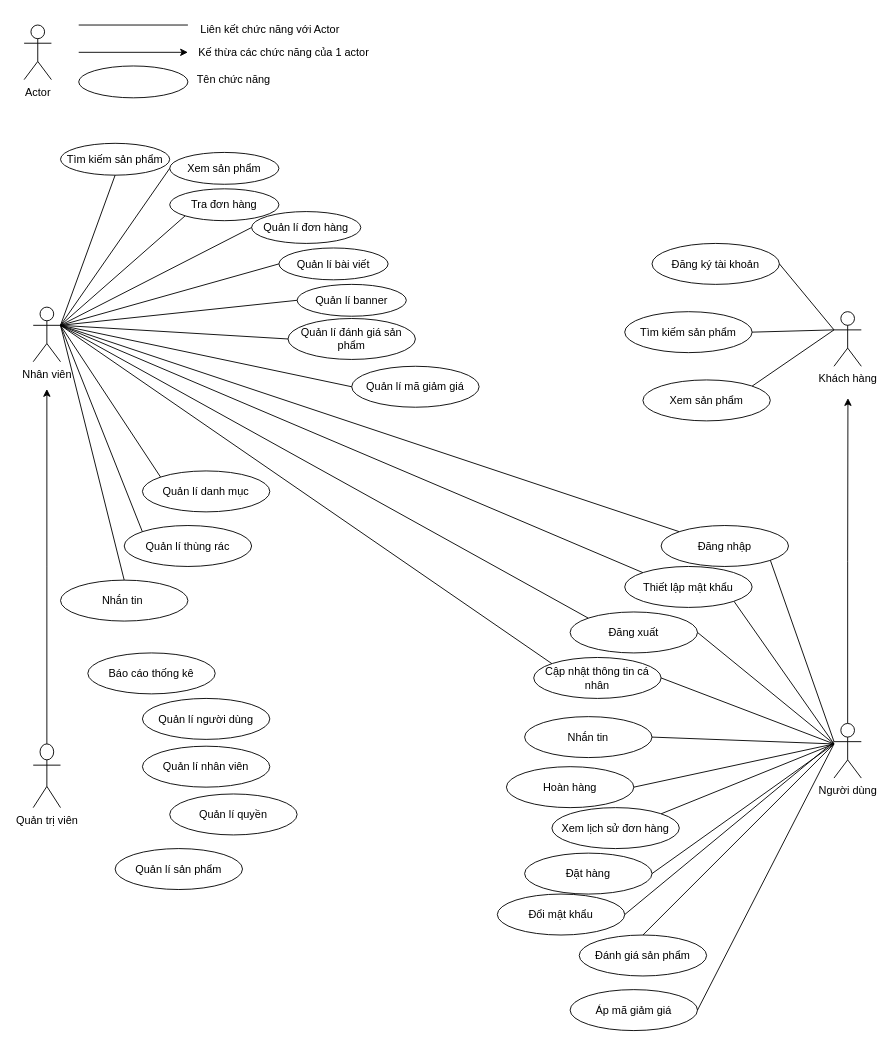
Earlier version of the draw.io diagram page "usecase tổng" (1 of 5) of Biểu đồ không có tiêu đề.drawio (wuyanh24/ahihi). Source tidied: cells renumbered, new cells numbered last; positions are measured from the earlier drawing's top-left corner, leaving out a move shared by most shapes. Both pictures are drawn from the tidied source at 91%, with x=0, y=0 at pixel (24, 15).
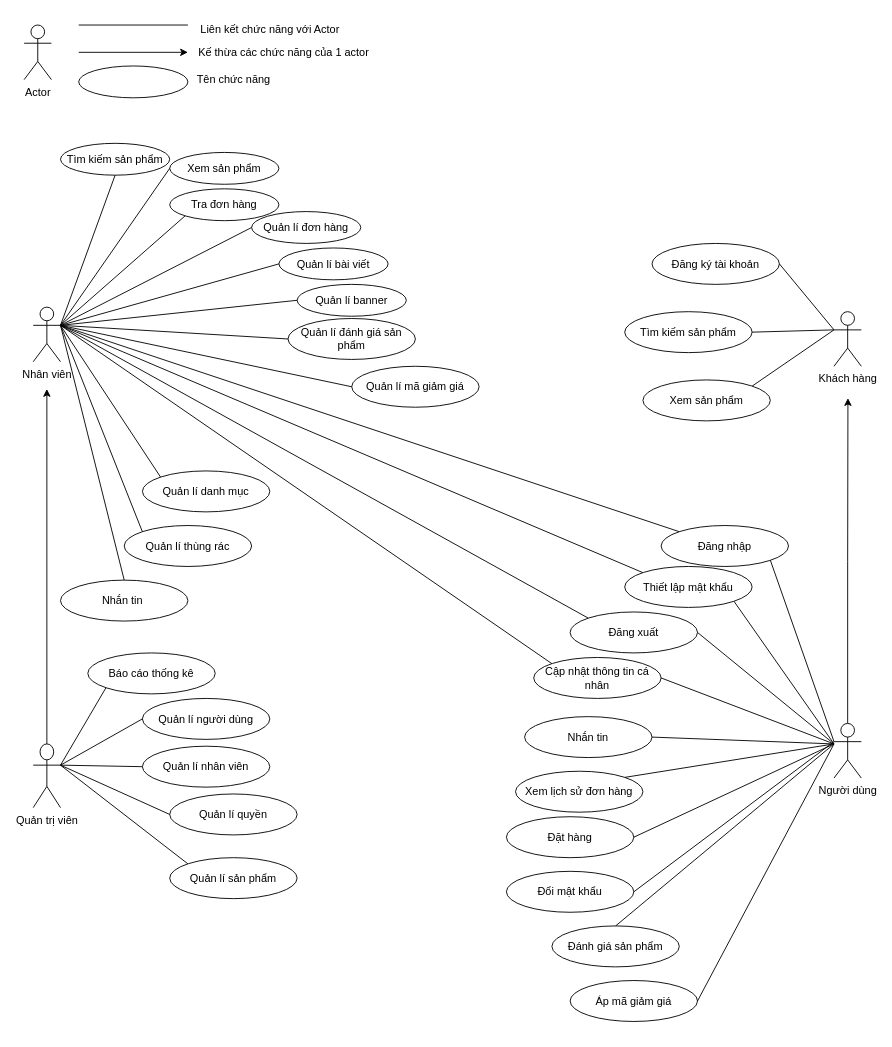
The same page after the edit.

Unchanged cells that the change refers to:
```xml
<mxCell id="6" value="Quản trị viên" style="shape=umlActor;verticalLabelPosition=bottom;verticalAlign=top;html=1;outlineConnect=0;" parent="1" vertex="1">
  <mxGeometry x="10" y="800" width="30" height="70" as="geometry" />
</mxCell>
<mxCell id="26" value="Báo cáo thống kê" style="ellipse;whiteSpace=wrap;html=1;" parent="1" vertex="1">
  <mxGeometry x="70" y="700" width="140" height="45" as="geometry" />
</mxCell>
<mxCell id="27" value="Quản lí người dùng" style="ellipse;whiteSpace=wrap;html=1;" parent="1" vertex="1">
  <mxGeometry x="130" y="750" width="140" height="45" as="geometry" />
</mxCell>
<mxCell id="30" value="Quản lí nhân viên" style="ellipse;whiteSpace=wrap;html=1;" parent="1" vertex="1">
  <mxGeometry x="130" y="802.5" width="140" height="45" as="geometry" />
</mxCell>
<mxCell id="31" value="Quản lí quyền" style="ellipse;whiteSpace=wrap;html=1;" parent="1" vertex="1">
  <mxGeometry x="160" y="855" width="140" height="45" as="geometry" />
</mxCell>
```

Change to the diagram source:
```diff
@@
     <mxCell id="32" value="Quản lí sản phẩm" style="ellipse;whiteSpace=wrap;html=1;" parent="1" vertex="1">
-      <mxGeometry x="100" y="915" width="140" height="45" as="geometry" />
+      <mxGeometry x="160" y="925" width="140" height="45" as="geometry" />
     </mxCell>
@@
-    <mxCell id="35" value="Hoàn hàng" style="ellipse;whiteSpace=wrap;html=1;" parent="1" vertex="1">
-      <mxGeometry x="530" y="825" width="140" height="45" as="geometry" />
-    </mxCell>
     <mxCell id="36" value="Đặt hàng" style="ellipse;whiteSpace=wrap;html=1;" parent="1" vertex="1">
-      <mxGeometry x="550" y="920" width="140" height="45" as="geometry" />
+      <mxGeometry x="530" y="880" width="140" height="45" as="geometry" />
     </mxCell>
     <mxCell id="37" value="Đổi mật khẩu" style="ellipse;whiteSpace=wrap;html=1;" parent="1" vertex="1">
-      <mxGeometry x="520" y="965" width="140" height="45" as="geometry" />
+      <mxGeometry x="530" y="940" width="140" height="45" as="geometry" />
     </mxCell>
@@
     <mxCell id="40" value="Đánh giá sản phẩm" style="ellipse;whiteSpace=wrap;html=1;" parent="1" vertex="1">
-      <mxGeometry x="610" y="1010" width="140" height="45" as="geometry" />
+      <mxGeometry x="580" y="1000" width="140" height="45" as="geometry" />
     </mxCell>
     <mxCell id="41" value="Xem lịch sử đơn hàng" style="ellipse;whiteSpace=wrap;html=1;" parent="1" vertex="1">
-      <mxGeometry x="580" y="870" width="140" height="45" as="geometry" />
+      <mxGeometry x="540" y="830" width="140" height="45" as="geometry" />
     </mxCell>
     <mxCell id="42" value="Áp mã giảm giá" style="ellipse;whiteSpace=wrap;html=1;" parent="1" vertex="1">
-      <mxGeometry x="600" y="1070" width="140" height="45" as="geometry" />
+      <mxGeometry x="600" y="1060" width="140" height="45" as="geometry" />
     </mxCell>
@@
-    <mxCell id="65" style="endArrow=none;html=1;rounded=0;exitX=1;exitY=0.5;exitDx=0;exitDy=0;" parent="1" edge="1" source="35">
-      <mxGeometry relative="1" as="geometry">
-        <mxPoint x="890" y="800" as="targetPoint" />
-      </mxGeometry>
-    </mxCell>
@@
+    <mxCell id="74" style="endArrow=none;html=1;rounded=0;exitX=1;exitY=0.3333333333333333;exitDx=0;exitDy=0;exitPerimeter=0;entryX=0;entryY=1;entryDx=0;entryDy=0;" parent="1" edge="1" source="6" target="26">
+      <mxGeometry relative="1" as="geometry" />
+    </mxCell>
+    <mxCell id="75" style="endArrow=none;html=1;rounded=0;exitX=1;exitY=0.3333333333333333;exitDx=0;exitDy=0;exitPerimeter=0;entryX=0;entryY=0.5;entryDx=0;entryDy=0;" parent="1" edge="1" source="6" target="27">
+      <mxGeometry relative="1" as="geometry" />
+    </mxCell>
+    <mxCell id="76" style="endArrow=none;html=1;rounded=0;entryX=0;entryY=0.5;entryDx=0;entryDy=0;exitX=1;exitY=0.3333333333333333;exitDx=0;exitDy=0;exitPerimeter=0;" parent="1" edge="1" source="6" target="30">
+      <mxGeometry relative="1" as="geometry" />
+    </mxCell>
+    <mxCell id="77" style="endArrow=none;html=1;rounded=0;entryX=0;entryY=0.5;entryDx=0;entryDy=0;exitX=1;exitY=0.3333333333333333;exitDx=0;exitDy=0;exitPerimeter=0;" parent="1" edge="1" source="6" target="31">
+      <mxGeometry relative="1" as="geometry" />
+    </mxCell>
+    <mxCell id="78" style="endArrow=none;html=1;rounded=0;entryX=0;entryY=0;entryDx=0;entryDy=0;exitX=1;exitY=0.3333333333333333;exitDx=0;exitDy=0;exitPerimeter=0;" parent="1" edge="1" source="6" target="32">
+      <mxGeometry relative="1" as="geometry" />
+    </mxCell>
```
